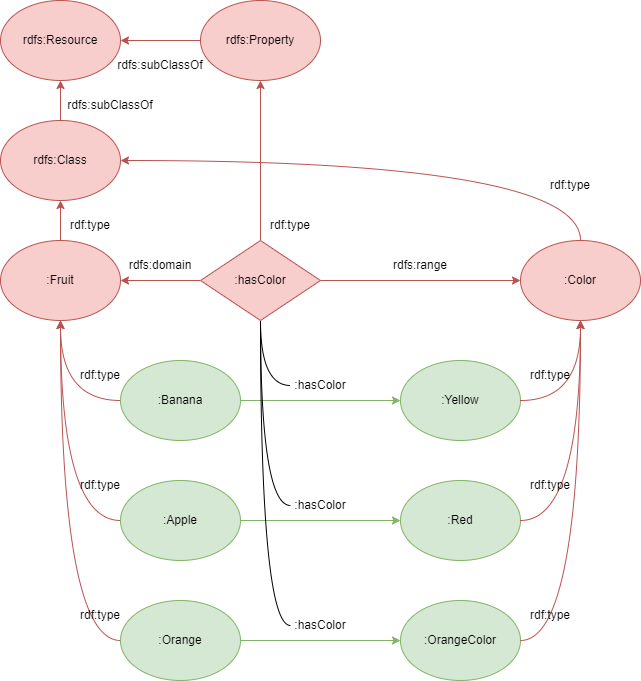
Before: A Notebook on Probability, Statistics and Data Science/chapters/ch-semanticwebarchitecture/figures/fruitexp.png, a diagram exported from draw.io (sunluelectric/notebooks). Source tidied: cells renumbered, new cells last; positions are measured from the earlier drawing's top-left corner, leaving out a move shared by most shapes. The source it was exported from:
```xml
<mxGraphModel>
  <root>
    <mxCell id="0" />
    <mxCell id="1" parent="0" />
    <mxCell id="2" style="edgeStyle=orthogonalEdgeStyle;rounded=0;jettySize=auto;html=1;entryX=0;entryY=0.5;entryDx=0;entryDy=0;fillColor=#d5e8d4;strokeColor=#82b366;" parent="1" edge="1" source="3" target="4">
      <mxGeometry relative="1" as="geometry" />
    </mxCell>
    <mxCell id="3" value=":Banana" style="ellipse;whiteSpace=wrap;html=1;fillColor=#d5e8d4;strokeColor=#82b366;" parent="1" vertex="1">
      <mxGeometry x="120" y="360" width="120" height="80" as="geometry" />
    </mxCell>
    <mxCell id="4" value=":Yellow" style="ellipse;whiteSpace=wrap;html=1;fillColor=#d5e8d4;strokeColor=#82b366;" parent="1" vertex="1">
      <mxGeometry x="400" y="360" width="120" height="80" as="geometry" />
    </mxCell>
    <mxCell id="5" value=":hasColor" style="text;html=1;align=center;verticalAlign=middle;whiteSpace=wrap;rounded=0;" parent="1" vertex="1">
      <mxGeometry x="290" y="370" width="60" height="30" as="geometry" />
    </mxCell>
    <mxCell id="6" style="edgeStyle=orthogonalEdgeStyle;rounded=0;jettySize=auto;html=1;exitX=0.5;exitY=1;exitDx=0;exitDy=0;entryX=0;entryY=0.5;entryDx=0;entryDy=0;curved=1;startArrow=classic;startFill=1;endArrow=none;endFill=0;fillColor=#f8cecc;strokeColor=#b85450;" parent="1" edge="1" source="9" target="3">
      <mxGeometry relative="1" as="geometry" />
    </mxCell>
    <mxCell id="7" style="edgeStyle=orthogonalEdgeStyle;rounded=0;jettySize=auto;html=1;entryX=0;entryY=0.5;entryDx=0;entryDy=0;curved=1;startArrow=classic;startFill=1;endArrow=none;endFill=0;fillColor=#f8cecc;strokeColor=#b85450;" parent="1" edge="1" source="9" target="19">
      <mxGeometry relative="1" as="geometry" />
    </mxCell>
    <mxCell id="8" style="edgeStyle=orthogonalEdgeStyle;rounded=0;jettySize=auto;html=1;entryX=0;entryY=0.5;entryDx=0;entryDy=0;curved=1;startArrow=classic;startFill=1;endArrow=none;endFill=0;fillColor=#f8cecc;strokeColor=#b85450;" parent="1" edge="1" source="9" target="23">
      <mxGeometry relative="1" as="geometry" />
    </mxCell>
    <mxCell id="9" value=":Fruit" style="ellipse;whiteSpace=wrap;html=1;fillColor=#f8cecc;strokeColor=#b85450;" parent="1" vertex="1">
      <mxGeometry y="240" width="120" height="80" as="geometry" />
    </mxCell>
    <mxCell id="10" style="edgeStyle=orthogonalEdgeStyle;rounded=0;jettySize=auto;html=1;entryX=0.5;entryY=0;entryDx=0;entryDy=0;curved=1;startArrow=classic;startFill=1;endArrow=none;endFill=0;fillColor=#f8cecc;strokeColor=#b85450;" parent="1" edge="1" source="12" target="9">
      <mxGeometry relative="1" as="geometry" />
    </mxCell>
    <mxCell id="11" style="edgeStyle=orthogonalEdgeStyle;rounded=0;jettySize=auto;html=1;entryX=0.5;entryY=0;entryDx=0;entryDy=0;curved=1;startArrow=classic;startFill=1;endArrow=none;endFill=0;fillColor=#f8cecc;strokeColor=#b85450;" parent="1" edge="1" source="12" target="29">
      <mxGeometry relative="1" as="geometry" />
    </mxCell>
    <mxCell id="12" value="rdfs:Class" style="ellipse;whiteSpace=wrap;html=1;fillColor=#f8cecc;strokeColor=#b85450;" parent="1" vertex="1">
      <mxGeometry y="120" width="120" height="80" as="geometry" />
    </mxCell>
    <mxCell id="13" style="edgeStyle=orthogonalEdgeStyle;rounded=0;jettySize=auto;html=1;entryX=0.5;entryY=0;entryDx=0;entryDy=0;startArrow=classic;startFill=1;endArrow=none;endFill=0;fillColor=#f8cecc;strokeColor=#b85450;" parent="1" edge="1" source="15" target="12">
      <mxGeometry relative="1" as="geometry" />
    </mxCell>
    <mxCell id="14" style="edgeStyle=orthogonalEdgeStyle;rounded=0;jettySize=auto;html=1;entryX=0;entryY=0.5;entryDx=0;entryDy=0;startArrow=classic;startFill=1;endArrow=none;endFill=0;fillColor=#f8cecc;strokeColor=#b85450;" parent="1" edge="1" source="15" target="17">
      <mxGeometry relative="1" as="geometry" />
    </mxCell>
    <mxCell id="15" value="rdfs:Resource" style="ellipse;whiteSpace=wrap;html=1;fillColor=#f8cecc;strokeColor=#b85450;" parent="1" vertex="1">
      <mxGeometry width="120" height="80" as="geometry" />
    </mxCell>
    <mxCell id="16" style="edgeStyle=orthogonalEdgeStyle;rounded=0;jettySize=auto;html=1;entryX=0.5;entryY=0;entryDx=0;entryDy=0;startArrow=classic;startFill=1;endArrow=none;endFill=0;fillColor=#f8cecc;strokeColor=#b85450;" parent="1" edge="1" source="17" target="35">
      <mxGeometry relative="1" as="geometry" />
    </mxCell>
    <mxCell id="17" value="rdfs:Property" style="ellipse;whiteSpace=wrap;html=1;fillColor=#f8cecc;strokeColor=#b85450;" parent="1" vertex="1">
      <mxGeometry x="200" width="120" height="80" as="geometry" />
    </mxCell>
    <mxCell id="18" style="edgeStyle=orthogonalEdgeStyle;rounded=0;jettySize=auto;html=1;entryX=0;entryY=0.5;entryDx=0;entryDy=0;fillColor=#d5e8d4;strokeColor=#82b366;" parent="1" edge="1" source="19" target="20">
      <mxGeometry relative="1" as="geometry" />
    </mxCell>
    <mxCell id="19" value=":Apple" style="ellipse;whiteSpace=wrap;html=1;fillColor=#d5e8d4;strokeColor=#82b366;" parent="1" vertex="1">
      <mxGeometry x="120" y="480" width="120" height="80" as="geometry" />
    </mxCell>
    <mxCell id="20" value=":Red" style="ellipse;whiteSpace=wrap;html=1;fillColor=#d5e8d4;strokeColor=#82b366;" parent="1" vertex="1">
      <mxGeometry x="400" y="480" width="120" height="80" as="geometry" />
    </mxCell>
    <mxCell id="21" value=":hasColor" style="text;html=1;align=center;verticalAlign=middle;whiteSpace=wrap;rounded=0;" parent="1" vertex="1">
      <mxGeometry x="290" y="490" width="60" height="30" as="geometry" />
    </mxCell>
    <mxCell id="22" style="edgeStyle=orthogonalEdgeStyle;rounded=0;jettySize=auto;html=1;entryX=0;entryY=0.5;entryDx=0;entryDy=0;fillColor=#d5e8d4;strokeColor=#82b366;" parent="1" edge="1" source="23" target="24">
      <mxGeometry relative="1" as="geometry" />
    </mxCell>
    <mxCell id="23" value=":Orange" style="ellipse;whiteSpace=wrap;html=1;fillColor=#d5e8d4;strokeColor=#82b366;" parent="1" vertex="1">
      <mxGeometry x="120" y="600" width="120" height="80" as="geometry" />
    </mxCell>
    <mxCell id="24" value=":OrangeColor" style="ellipse;whiteSpace=wrap;html=1;fillColor=#d5e8d4;strokeColor=#82b366;" parent="1" vertex="1">
      <mxGeometry x="400" y="600" width="120" height="80" as="geometry" />
    </mxCell>
    <mxCell id="25" value=":hasColor" style="text;html=1;align=center;verticalAlign=middle;whiteSpace=wrap;rounded=0;" parent="1" vertex="1">
      <mxGeometry x="290" y="610" width="60" height="30" as="geometry" />
    </mxCell>
    <mxCell id="26" style="edgeStyle=orthogonalEdgeStyle;rounded=0;jettySize=auto;html=1;exitX=0.5;exitY=1;exitDx=0;exitDy=0;entryX=1;entryY=0.5;entryDx=0;entryDy=0;curved=1;startArrow=classic;startFill=1;endArrow=none;endFill=0;fillColor=#f8cecc;strokeColor=#b85450;" parent="1" edge="1" source="29" target="4">
      <mxGeometry relative="1" as="geometry" />
    </mxCell>
    <mxCell id="27" style="edgeStyle=orthogonalEdgeStyle;rounded=0;jettySize=auto;html=1;exitX=0.5;exitY=1;exitDx=0;exitDy=0;entryX=1;entryY=0.5;entryDx=0;entryDy=0;curved=1;startArrow=classic;startFill=1;endArrow=none;endFill=0;fillColor=#f8cecc;strokeColor=#b85450;" parent="1" edge="1" source="29" target="20">
      <mxGeometry relative="1" as="geometry" />
    </mxCell>
    <mxCell id="28" style="edgeStyle=orthogonalEdgeStyle;rounded=0;jettySize=auto;html=1;entryX=1;entryY=0.5;entryDx=0;entryDy=0;curved=1;startArrow=classic;startFill=1;endArrow=none;endFill=0;fillColor=#f8cecc;strokeColor=#b85450;" parent="1" edge="1" source="29" target="24">
      <mxGeometry relative="1" as="geometry" />
    </mxCell>
    <mxCell id="29" value=":Color" style="ellipse;whiteSpace=wrap;html=1;fillColor=#f8cecc;strokeColor=#b85450;" parent="1" vertex="1">
      <mxGeometry x="520" y="240" width="120" height="80" as="geometry" />
    </mxCell>
    <mxCell id="30" style="edgeStyle=orthogonalEdgeStyle;rounded=0;jettySize=auto;html=1;entryX=0;entryY=0.5;entryDx=0;entryDy=0;curved=1;endArrow=none;endFill=0;" parent="1" edge="1" source="35" target="5">
      <mxGeometry relative="1" as="geometry" />
    </mxCell>
    <mxCell id="31" style="edgeStyle=orthogonalEdgeStyle;rounded=0;jettySize=auto;html=1;entryX=0;entryY=0.5;entryDx=0;entryDy=0;curved=1;endArrow=none;endFill=0;" parent="1" edge="1" source="35" target="21">
      <mxGeometry relative="1" as="geometry" />
    </mxCell>
    <mxCell id="32" style="edgeStyle=orthogonalEdgeStyle;rounded=0;jettySize=auto;html=1;exitX=0.5;exitY=1;exitDx=0;exitDy=0;entryX=0;entryY=0.5;entryDx=0;entryDy=0;curved=1;endArrow=none;endFill=0;" parent="1" edge="1" source="35" target="25">
      <mxGeometry relative="1" as="geometry" />
    </mxCell>
    <mxCell id="33" style="edgeStyle=orthogonalEdgeStyle;rounded=0;jettySize=auto;html=1;entryX=1;entryY=0.5;entryDx=0;entryDy=0;fillColor=#f8cecc;strokeColor=#b85450;" parent="1" edge="1" source="35" target="9">
      <mxGeometry relative="1" as="geometry" />
    </mxCell>
    <mxCell id="34" style="edgeStyle=orthogonalEdgeStyle;rounded=0;jettySize=auto;html=1;entryX=0;entryY=0.5;entryDx=0;entryDy=0;fillColor=#f8cecc;strokeColor=#b85450;" parent="1" edge="1" source="35" target="29">
      <mxGeometry relative="1" as="geometry" />
    </mxCell>
    <mxCell id="35" value=":hasColor" style="rhombus;whiteSpace=wrap;html=1;fillColor=#f8cecc;strokeColor=#b85450;" parent="1" vertex="1">
      <mxGeometry x="200" y="240" width="120" height="80" as="geometry" />
    </mxCell>
    <mxCell id="36" value="rdf:type" style="text;html=1;align=center;verticalAlign=middle;whiteSpace=wrap;rounded=0;" parent="1" vertex="1">
      <mxGeometry x="70" y="360" width="60" height="30" as="geometry" />
    </mxCell>
    <mxCell id="37" value="rdf:type" style="text;html=1;align=center;verticalAlign=middle;whiteSpace=wrap;rounded=0;" parent="1" vertex="1">
      <mxGeometry x="70" y="470" width="60" height="30" as="geometry" />
    </mxCell>
    <mxCell id="38" value="rdf:type" style="text;html=1;align=center;verticalAlign=middle;whiteSpace=wrap;rounded=0;" parent="1" vertex="1">
      <mxGeometry x="70" y="600" width="60" height="30" as="geometry" />
    </mxCell>
    <mxCell id="39" value="rdf:type" style="text;html=1;align=center;verticalAlign=middle;whiteSpace=wrap;rounded=0;" parent="1" vertex="1">
      <mxGeometry x="520" y="360" width="60" height="30" as="geometry" />
    </mxCell>
    <mxCell id="40" value="rdf:type" style="text;html=1;align=center;verticalAlign=middle;whiteSpace=wrap;rounded=0;" parent="1" vertex="1">
      <mxGeometry x="520" y="600" width="60" height="30" as="geometry" />
    </mxCell>
    <mxCell id="41" value="rdf:type" style="text;html=1;align=center;verticalAlign=middle;whiteSpace=wrap;rounded=0;" parent="1" vertex="1">
      <mxGeometry x="520" y="470" width="60" height="30" as="geometry" />
    </mxCell>
    <mxCell id="42" value="rdfs:domain" style="text;html=1;align=center;verticalAlign=middle;whiteSpace=wrap;rounded=0;" parent="1" vertex="1">
      <mxGeometry x="130" y="250" width="60" height="30" as="geometry" />
    </mxCell>
    <mxCell id="43" value="rdf:type" style="text;html=1;align=center;verticalAlign=middle;whiteSpace=wrap;rounded=0;" parent="1" vertex="1">
      <mxGeometry x="60" y="210" width="60" height="30" as="geometry" />
    </mxCell>
    <mxCell id="44" value="rdf:type" style="text;html=1;align=center;verticalAlign=middle;whiteSpace=wrap;rounded=0;" parent="1" vertex="1">
      <mxGeometry x="540" y="170" width="60" height="30" as="geometry" />
    </mxCell>
    <mxCell id="45" value="rdf:type" style="text;html=1;align=center;verticalAlign=middle;whiteSpace=wrap;rounded=0;" parent="1" vertex="1">
      <mxGeometry x="260" y="210" width="60" height="30" as="geometry" />
    </mxCell>
    <mxCell id="46" value="rdfs:subClassOf" style="text;html=1;align=center;verticalAlign=middle;whiteSpace=wrap;rounded=0;" parent="1" vertex="1">
      <mxGeometry x="80" y="90" width="60" height="30" as="geometry" />
    </mxCell>
    <mxCell id="47" value="rdfs:subClassOf" style="text;html=1;align=center;verticalAlign=middle;whiteSpace=wrap;rounded=0;" parent="1" vertex="1">
      <mxGeometry x="130" y="50" width="60" height="30" as="geometry" />
    </mxCell>
    <mxCell id="48" value="rdfs:range" style="text;html=1;align=center;verticalAlign=middle;whiteSpace=wrap;rounded=0;" parent="1" vertex="1">
      <mxGeometry x="390" y="250" width="60" height="30" as="geometry" />
    </mxCell>
  </root>
</mxGraphModel>
```
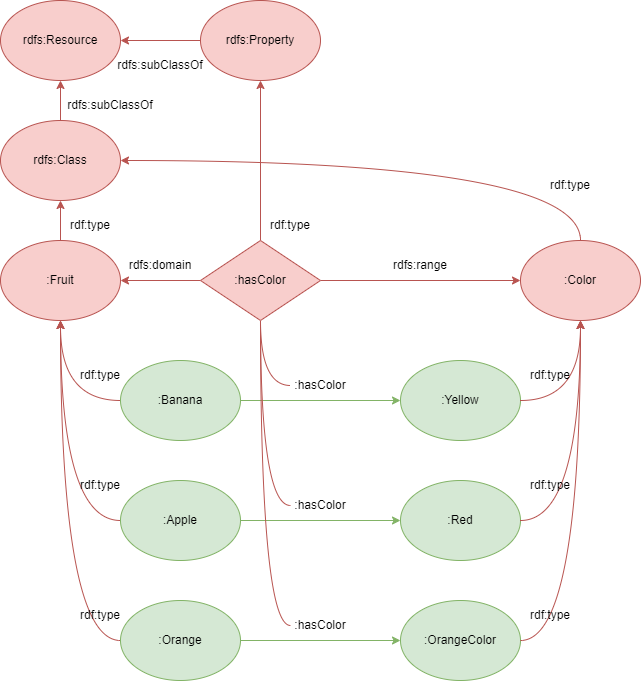
After the change.

The edit, as a diff of the source:
```diff
@@ -86,13 +86,13 @@
     <mxCell id="29" value=":Color" style="ellipse;whiteSpace=wrap;html=1;fillColor=#f8cecc;strokeColor=#b85450;" parent="1" vertex="1">
       <mxGeometry x="520" y="240" width="120" height="80" as="geometry" />
     </mxCell>
-    <mxCell id="30" style="edgeStyle=orthogonalEdgeStyle;rounded=0;jettySize=auto;html=1;entryX=0;entryY=0.5;entryDx=0;entryDy=0;curved=1;endArrow=none;endFill=0;" parent="1" edge="1" source="35" target="5">
+    <mxCell id="30" style="edgeStyle=orthogonalEdgeStyle;rounded=0;jettySize=auto;html=1;entryX=0;entryY=0.5;entryDx=0;entryDy=0;curved=1;endArrow=none;endFill=0;strokeColor=#B85450;fillColor=#f8cecc;" parent="1" edge="1" source="35" target="5">
       <mxGeometry relative="1" as="geometry" />
     </mxCell>
-    <mxCell id="31" style="edgeStyle=orthogonalEdgeStyle;rounded=0;jettySize=auto;html=1;entryX=0;entryY=0.5;entryDx=0;entryDy=0;curved=1;endArrow=none;endFill=0;" parent="1" edge="1" source="35" target="21">
+    <mxCell id="31" style="edgeStyle=orthogonalEdgeStyle;rounded=0;jettySize=auto;html=1;entryX=0;entryY=0.5;entryDx=0;entryDy=0;curved=1;endArrow=none;endFill=0;strokeColor=#B85450;" parent="1" edge="1" source="35" target="21">
       <mxGeometry relative="1" as="geometry" />
     </mxCell>
-    <mxCell id="32" style="edgeStyle=orthogonalEdgeStyle;rounded=0;jettySize=auto;html=1;exitX=0.5;exitY=1;exitDx=0;exitDy=0;entryX=0;entryY=0.5;entryDx=0;entryDy=0;curved=1;endArrow=none;endFill=0;" parent="1" edge="1" source="35" target="25">
+    <mxCell id="32" style="edgeStyle=orthogonalEdgeStyle;rounded=0;jettySize=auto;html=1;exitX=0.5;exitY=1;exitDx=0;exitDy=0;entryX=0;entryY=0.5;entryDx=0;entryDy=0;curved=1;endArrow=none;endFill=0;strokeColor=#B85450;" parent="1" edge="1" source="35" target="25">
       <mxGeometry relative="1" as="geometry" />
     </mxCell>
     <mxCell id="33" style="edgeStyle=orthogonalEdgeStyle;rounded=0;jettySize=auto;html=1;entryX=1;entryY=0.5;entryDx=0;entryDy=0;fillColor=#f8cecc;strokeColor=#b85450;" parent="1" edge="1" source="35" target="9">
```
